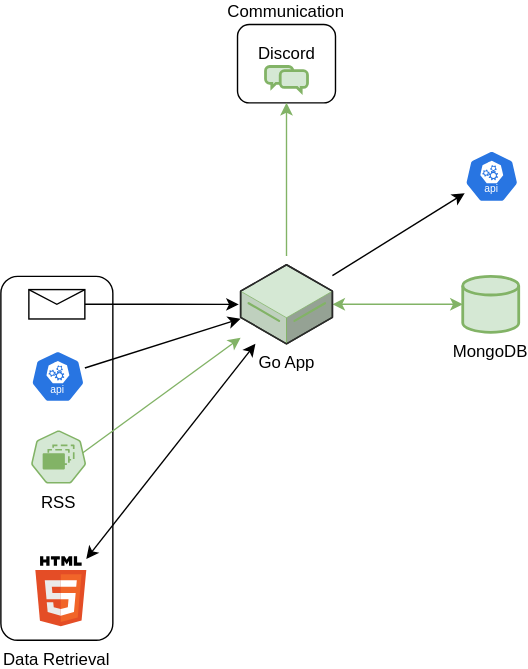
Above: job-search.drawio.svg in treestarsystems/job-funnel (draw.io), before the change. Source tidied: cells renumbered, new cells last; positions are measured from the earlier drawing's top-left corner, leaving out a move shared by most shapes.
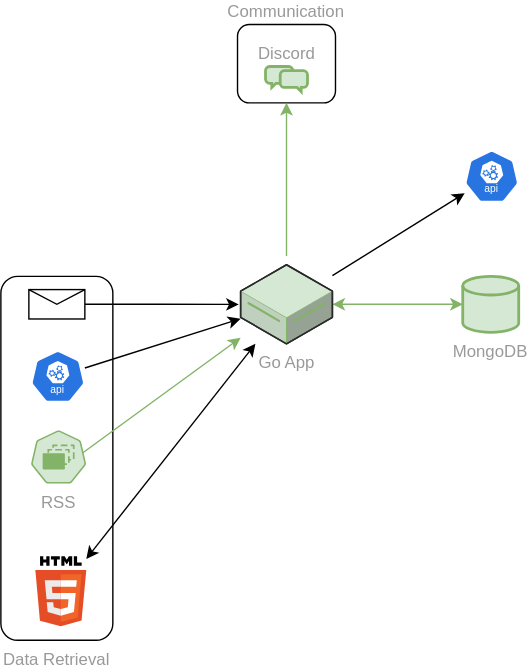
After the commit.

The edit, as a diff of the source:
```diff
@@ -1,60 +1,60 @@
-<mxGraphModel background="#ffffff">
+<mxGraphModel>
   <root>
     <mxCell id="0" />
     <mxCell id="1" parent="0" />
-    <mxCell id="2" value="Communication" style="rounded=1;whiteSpace=wrap;html=1;fillColor=none;labelPosition=center;verticalLabelPosition=top;align=center;verticalAlign=bottom;fontColor=#000000;" parent="1" vertex="1">
+    <mxCell id="2" value="Communication" style="rounded=1;whiteSpace=wrap;html=1;fillColor=none;labelPosition=center;verticalLabelPosition=top;align=center;verticalAlign=bottom;fontColor=#999999;" parent="1" vertex="1">
       <mxGeometry x="169.1" width="70" height="56" as="geometry" />
     </mxCell>
-    <mxCell id="3" value="Data Retrieval" style="rounded=1;whiteSpace=wrap;html=1;fillColor=none;labelPosition=center;verticalLabelPosition=bottom;align=center;verticalAlign=top;fontColor=#000000;" parent="1" vertex="1">
+    <mxCell id="3" value="Data Retrieval" style="rounded=1;whiteSpace=wrap;html=1;fillColor=none;labelPosition=center;verticalLabelPosition=bottom;align=center;verticalAlign=top;fontColor=#999999;" parent="1" vertex="1">
       <mxGeometry y="180" width="80" height="260" as="geometry" />
     </mxCell>
-    <mxCell id="4" style="rounded=0;jettySize=auto;html=1;fontColor=#000000;fillColor=#d5e8d4;strokeColor=#82b366;" parent="1" edge="1" target="2">
+    <mxCell id="4" style="rounded=0;jettySize=auto;html=1;fontColor=#999999;fillColor=#d5e8d4;strokeColor=#82b366;" parent="1" edge="1" target="2">
       <mxGeometry relative="1" as="geometry">
         <mxPoint x="204.1" y="165.5" as="sourcePoint" />
       </mxGeometry>
     </mxCell>
-    <mxCell id="5" style="edgeStyle=orthogonalEdgeStyle;rounded=0;jettySize=auto;html=1;startArrow=classic;startFill=1;endArrow=classic;endFill=1;fontColor=#000000;fillColor=#d5e8d4;strokeColor=#82b366;" parent="1" edge="1" source="13" target="8">
+    <mxCell id="5" style="edgeStyle=orthogonalEdgeStyle;rounded=0;jettySize=auto;html=1;startArrow=classic;startFill=1;endArrow=classic;endFill=1;fontColor=#999999;fillColor=#d5e8d4;strokeColor=#82b366;" parent="1" edge="1" source="13" target="8">
       <mxGeometry relative="1" as="geometry" />
     </mxCell>
-    <mxCell id="6" style="edgeStyle=orthogonalEdgeStyle;rounded=0;jettySize=auto;html=1;fontColor=#000000;" parent="1" edge="1" source="16">
+    <mxCell id="6" style="edgeStyle=orthogonalEdgeStyle;rounded=0;jettySize=auto;html=1;fontColor=#999999;" parent="1" edge="1" source="16">
       <mxGeometry relative="1" as="geometry">
         <mxPoint x="170" y="200" as="targetPoint" />
       </mxGeometry>
     </mxCell>
-    <mxCell id="7" value="Discord" style="html=1;verticalLabelPosition=top;align=center;labelBackgroundColor=#ffffff;verticalAlign=bottom;strokeWidth=2;strokeColor=#82b366;shadow=0;dashed=0;shape=mxgraph.ios7.icons.chat;labelPosition=center;fillColor=#d5e8d4;" parent="1" vertex="1">
+    <mxCell id="7" value="Discord" style="html=1;verticalLabelPosition=top;align=center;labelBackgroundColor=#ffffff;verticalAlign=bottom;strokeWidth=2;strokeColor=#82b366;shadow=0;dashed=0;shape=mxgraph.ios7.icons.chat;labelPosition=center;fillColor=#d5e8d4;fontColor=#999999;" parent="1" vertex="1">
       <mxGeometry x="189.1" y="30" width="30" height="18" as="geometry" />
     </mxCell>
-    <mxCell id="8" value="MongoDB" style="strokeWidth=2;html=1;shape=mxgraph.flowchart.database;whiteSpace=wrap;labelPosition=center;verticalLabelPosition=bottom;align=center;verticalAlign=top;fillColor=#d5e8d4;strokeColor=#82b366;" parent="1" vertex="1">
+    <mxCell id="8" value="MongoDB" style="strokeWidth=2;html=1;shape=mxgraph.flowchart.database;whiteSpace=wrap;labelPosition=center;verticalLabelPosition=bottom;align=center;verticalAlign=top;fillColor=#d5e8d4;strokeColor=#82b366;fontColor=#999999;" parent="1" vertex="1">
       <mxGeometry x="330" y="180" width="40" height="39.9" as="geometry" />
     </mxCell>
-    <mxCell id="9" style="rounded=0;jettySize=auto;html=1;startArrow=none;startFill=0;fontColor=#000000;" parent="1" edge="1" source="10" target="13">
+    <mxCell id="9" style="rounded=0;jettySize=auto;html=1;startArrow=none;startFill=0;fontColor=#999999;" parent="1" edge="1" source="10" target="13">
       <mxGeometry relative="1" as="geometry" />
     </mxCell>
-    <mxCell id="10" style="sketch=0;html=1;dashed=0;whitespace=wrap;verticalLabelPosition=bottom;verticalAlign=top;fillColor=#2875E2;strokeColor=#ffffff;points=[[0.005,0.63,0],[0.1,0.2,0],[0.9,0.2,0],[0.5,0,0],[0.995,0.63,0],[0.72,0.99,0],[0.5,1,0],[0.28,0.99,0]];shape=mxgraph.kubernetes.icon2;kubernetesLabel=1;prIcon=api;fontColor=#000000;" parent="1" vertex="1">
+    <mxCell id="10" style="sketch=0;html=1;dashed=0;whitespace=wrap;verticalLabelPosition=bottom;verticalAlign=top;fillColor=#2875E2;strokeColor=#ffffff;points=[[0.005,0.63,0],[0.1,0.2,0],[0.9,0.2,0],[0.5,0,0],[0.995,0.63,0],[0.72,0.99,0],[0.5,1,0],[0.28,0.99,0]];shape=mxgraph.kubernetes.icon2;kubernetesLabel=1;prIcon=api;fontColor=#999999;" parent="1" vertex="1">
       <mxGeometry x="21.4" y="233" width="38.5" height="37" as="geometry" />
     </mxCell>
-    <mxCell id="11" value="RSS" style="sketch=0;html=1;dashed=0;whitespace=wrap;verticalLabelPosition=bottom;verticalAlign=top;fillColor=#d5e8d4;strokeColor=#82b366;points=[[0.005,0.63,0],[0.1,0.2,0],[0.9,0.2,0],[0.5,0,0],[0.995,0.63,0],[0.72,0.99,0],[0.5,1,0],[0.28,0.99,0]];shape=mxgraph.kubernetes.icon2;prIcon=rs;" parent="1" vertex="1">
+    <mxCell id="11" value="RSS" style="sketch=0;html=1;dashed=0;whitespace=wrap;verticalLabelPosition=bottom;verticalAlign=top;fillColor=#d5e8d4;strokeColor=#82b366;points=[[0.005,0.63,0],[0.1,0.2,0],[0.9,0.2,0],[0.5,0,0],[0.995,0.63,0],[0.72,0.99,0],[0.5,1,0],[0.28,0.99,0]];shape=mxgraph.kubernetes.icon2;prIcon=rs;fontColor=#999999;" parent="1" vertex="1">
       <mxGeometry x="21.4" y="290" width="39.6" height="38" as="geometry" />
     </mxCell>
-    <mxCell id="12" style="rounded=0;jettySize=auto;html=1;exitX=0.932;exitY=0.425;exitDx=0;exitDy=0;exitPerimeter=0;fillColor=#d5e8d4;strokeColor=#82b366;" parent="1" edge="1" source="11" target="13">
+    <mxCell id="12" style="rounded=0;jettySize=auto;html=1;exitX=0.932;exitY=0.425;exitDx=0;exitDy=0;exitPerimeter=0;fillColor=#d5e8d4;strokeColor=#82b366;fontColor=#999999;" parent="1" edge="1" source="11" target="13">
       <mxGeometry relative="1" as="geometry" />
     </mxCell>
-    <mxCell id="13" value="Go App" style="verticalLabelPosition=bottom;html=1;verticalAlign=top;strokeWidth=1;align=center;outlineConnect=0;dashed=0;outlineConnect=0;shape=mxgraph.aws3d.dataServer;strokeColor=#82b366;fillColor=#d5e8d4;" parent="1" vertex="1">
+    <mxCell id="13" value="Go App" style="verticalLabelPosition=bottom;html=1;verticalAlign=top;strokeWidth=1;align=center;outlineConnect=0;dashed=0;outlineConnect=0;shape=mxgraph.aws3d.dataServer;strokeColor=#82b366;fillColor=#d5e8d4;fontColor=#999999;" parent="1" vertex="1">
       <mxGeometry x="171.3" y="171.7" width="65.6" height="56.5" as="geometry" />
     </mxCell>
-    <mxCell id="14" style="rounded=0;jettySize=auto;html=1;startArrow=classic;startFill=1;fontColor=#000000;" parent="1" edge="1" source="15" target="13">
+    <mxCell id="14" style="rounded=0;jettySize=auto;html=1;startArrow=classic;startFill=1;fontColor=#999999;" parent="1" edge="1" source="15" target="13">
       <mxGeometry relative="1" as="geometry" />
     </mxCell>
-    <mxCell id="15" style="dashed=0;outlineConnect=0;html=1;align=center;labelPosition=center;verticalLabelPosition=bottom;verticalAlign=top;shape=mxgraph.weblogos.html5;" parent="1" vertex="1">
+    <mxCell id="15" style="dashed=0;outlineConnect=0;html=1;align=center;labelPosition=center;verticalLabelPosition=bottom;verticalAlign=top;shape=mxgraph.weblogos.html5;fontColor=#999999;" parent="1" vertex="1">
       <mxGeometry x="24.6" y="380" width="36.4" height="50" as="geometry" />
     </mxCell>
-    <mxCell id="16" style="verticalLabelPosition=bottom;shadow=0;dashed=0;align=center;html=1;verticalAlign=top;strokeWidth=1;shape=mxgraph.mockup.misc.mail2;strokeColor=#000000;" parent="1" vertex="1">
+    <mxCell id="16" style="verticalLabelPosition=bottom;shadow=0;dashed=0;align=center;html=1;verticalAlign=top;strokeWidth=1;shape=mxgraph.mockup.misc.mail2;strokeColor=#000000;fontColor=#999999;" parent="1" vertex="1">
       <mxGeometry x="20" y="189.4" width="40" height="21" as="geometry" />
     </mxCell>
-    <mxCell id="17" style="rounded=0;jettySize=auto;html=1;startArrow=classic;startFill=1;endArrow=none;endFill=0;" parent="1" edge="1" source="18" target="13">
+    <mxCell id="17" style="rounded=0;jettySize=auto;html=1;startArrow=classic;startFill=1;endArrow=none;endFill=0;fontColor=#999999;" parent="1" edge="1" source="18" target="13">
       <mxGeometry relative="1" as="geometry" />
     </mxCell>
-    <mxCell id="18" style="sketch=0;html=1;dashed=0;whitespace=wrap;verticalLabelPosition=bottom;verticalAlign=top;fillColor=#2875E2;strokeColor=#ffffff;points=[[0.005,0.63,0],[0.1,0.2,0],[0.9,0.2,0],[0.5,0,0],[0.995,0.63,0],[0.72,0.99,0],[0.5,1,0],[0.28,0.99,0]];shape=mxgraph.kubernetes.icon2;kubernetesLabel=1;prIcon=api;fontColor=#000000;" parent="1" vertex="1">
+    <mxCell id="18" style="sketch=0;html=1;dashed=0;whitespace=wrap;verticalLabelPosition=bottom;verticalAlign=top;fillColor=#2875E2;strokeColor=#ffffff;points=[[0.005,0.63,0],[0.1,0.2,0],[0.9,0.2,0],[0.5,0,0],[0.995,0.63,0],[0.72,0.99,0],[0.5,1,0],[0.28,0.99,0]];shape=mxgraph.kubernetes.icon2;kubernetesLabel=1;prIcon=api;fontColor=#999999;" parent="1" vertex="1">
       <mxGeometry x="331.5" y="90" width="38.5" height="37" as="geometry" />
     </mxCell>
   </root>
```
